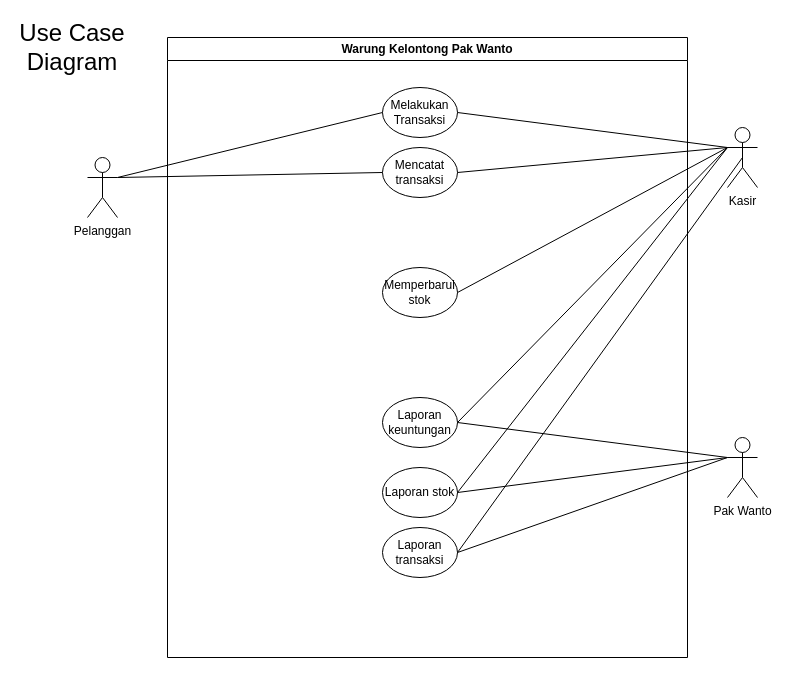
The draw.io diagram Untitled Diagram.drawio in Suryzw/draw.io, before the edit. Source tidied: cells renumbered, new cells numbered last; positions are measured from the earlier drawing's top-left corner, leaving out a move shared by most shapes. Both pictures are drawn from the tidied source at 100%, with x=0, y=0 at pixel (17, 17).
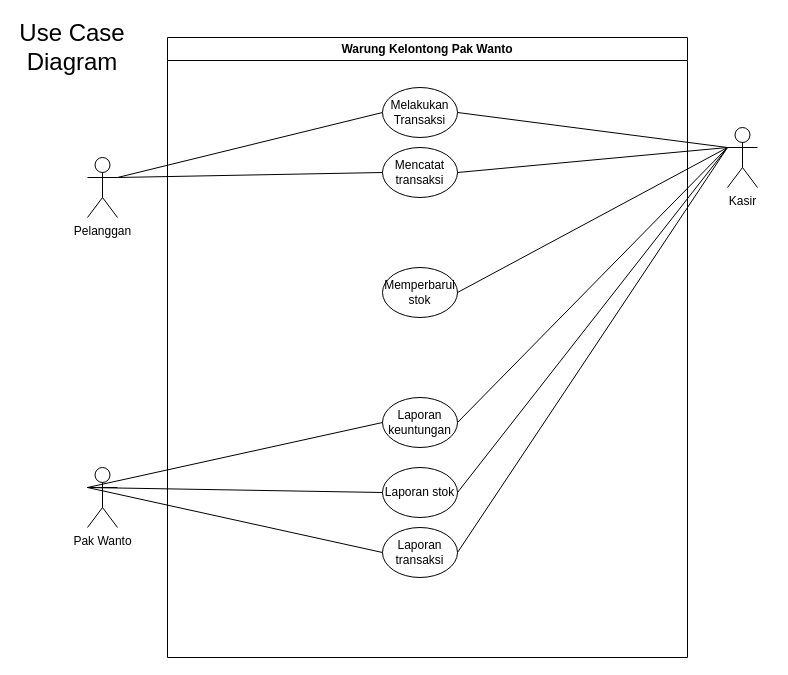
Above is the later version.

Unchanged cells that the change refers to:
```xml
<mxCell id="5" value="Laporan transaksi" style="ellipse;whiteSpace=wrap;html=1;" parent="3" vertex="1">
  <mxGeometry x="215" y="490" width="75" height="50" as="geometry" />
</mxCell>
<mxCell id="6" value="Laporan keuntungan" style="ellipse;whiteSpace=wrap;html=1;" parent="3" vertex="1">
  <mxGeometry x="215" y="360" width="75" height="50" as="geometry" />
</mxCell>
<mxCell id="7" value="Laporan stok" style="ellipse;whiteSpace=wrap;html=1;" parent="3" vertex="1">
  <mxGeometry x="215" y="430" width="75" height="50" as="geometry" />
</mxCell>
<mxCell id="10" value="Kasir" style="shape=umlActor;verticalLabelPosition=bottom;verticalAlign=top;html=1;outlineConnect=0;" parent="1" vertex="1">
  <mxGeometry x="710" y="110" width="30" height="60" as="geometry" />
</mxCell>
```

The edit, as a diff of the source:
```diff
@@
     <mxCell id="11" value="Pak Wanto" style="shape=umlActor;verticalLabelPosition=bottom;verticalAlign=top;html=1;outlineConnect=0;" parent="1" vertex="1">
-      <mxGeometry x="710" y="420" width="30" height="60" as="geometry" />
+      <mxGeometry x="70" y="450" width="30" height="60" as="geometry" />
     </mxCell>
@@
-    <mxCell id="19" style="endArrow=none;html=1;rounded=0;entryX=1;entryY=0.5;entryDx=0;entryDy=0;exitX=0;exitY=0.3333333333333333;exitDx=0;exitDy=0;exitPerimeter=0;" parent="1" edge="1" source="11" target="7">
+    <mxCell id="19" style="endArrow=none;html=1;rounded=0;entryX=0;entryY=0.5;entryDx=0;entryDy=0;exitX=0;exitY=0.3333333333333333;exitDx=0;exitDy=0;exitPerimeter=0;" parent="1" edge="1" source="11" target="7">
       <mxGeometry relative="1" as="geometry" />
     </mxCell>
-    <mxCell id="20" style="endArrow=none;html=1;rounded=0;entryX=1;entryY=0.5;entryDx=0;entryDy=0;exitX=0;exitY=0.3333333333333333;exitDx=0;exitDy=0;exitPerimeter=0;" parent="1" edge="1" source="11" target="6">
+    <mxCell id="20" style="endArrow=none;html=1;rounded=0;entryX=0;entryY=0.5;entryDx=0;entryDy=0;exitX=0;exitY=0.3333333333333333;exitDx=0;exitDy=0;exitPerimeter=0;" parent="1" edge="1" source="11" target="6">
       <mxGeometry relative="1" as="geometry" />
     </mxCell>
-    <mxCell id="21" style="endArrow=none;html=1;rounded=0;entryX=1;entryY=0.5;entryDx=0;entryDy=0;exitX=0;exitY=0.3333333333333333;exitDx=0;exitDy=0;exitPerimeter=0;" parent="1" edge="1" source="11" target="5">
+    <mxCell id="21" style="endArrow=none;html=1;rounded=0;entryX=0;entryY=0.5;entryDx=0;entryDy=0;exitX=0;exitY=0.3333333333333333;exitDx=0;exitDy=0;exitPerimeter=0;" parent="1" edge="1" source="11" target="5">
       <mxGeometry relative="1" as="geometry" />
     </mxCell>
@@
-    <mxCell id="23" style="endArrow=none;html=1;rounded=0;entryX=1;entryY=0.5;entryDx=0;entryDy=0;exitX=0.5;exitY=0.5;exitDx=0;exitDy=0;exitPerimeter=0;" parent="1" edge="1" source="10" target="5">
+    <mxCell id="23" style="endArrow=none;html=1;rounded=0;entryX=1;entryY=0.5;entryDx=0;entryDy=0;exitX=0;exitY=0.3333333333333333;exitDx=0;exitDy=0;exitPerimeter=0;" parent="1" edge="1" source="10" target="5">
       <mxGeometry relative="1" as="geometry" />
     </mxCell>
```
